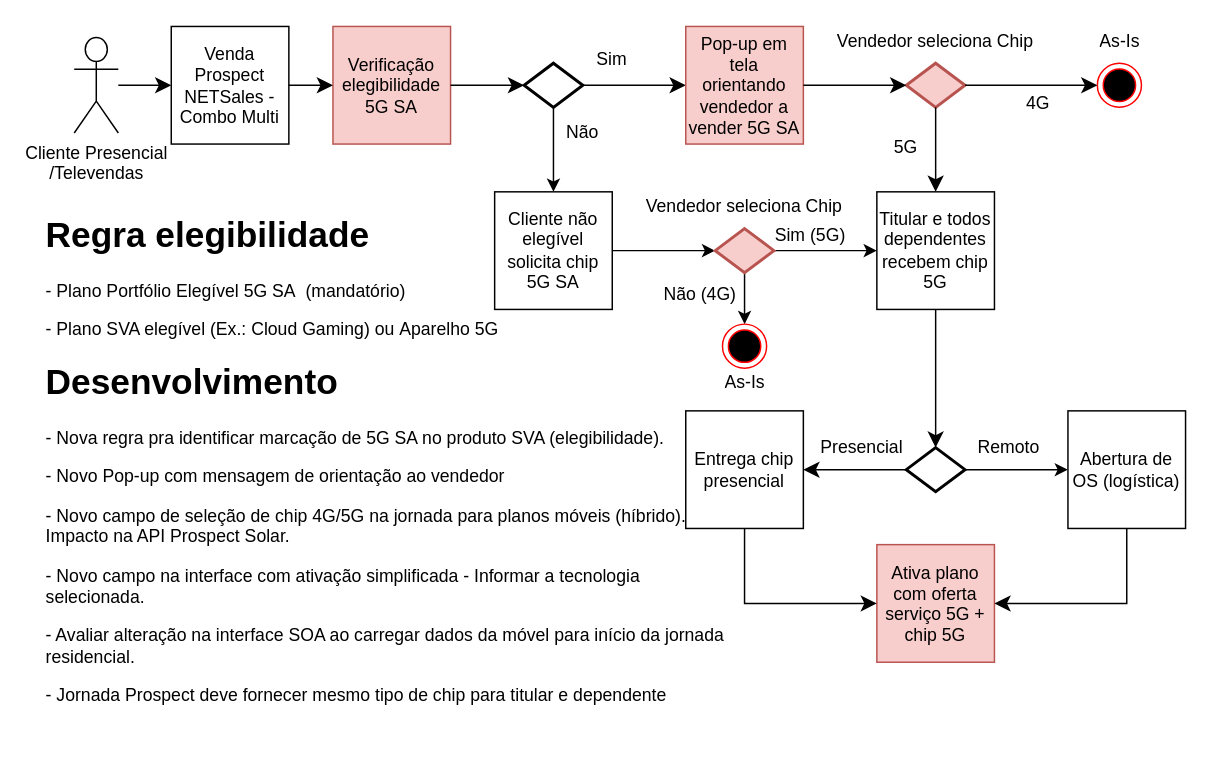
This is page "Prospect NETSales" (1 of 4) of 5GSA.drawio from samirali/ClaroBrasil, a draw.io file, before an edit. Source tidied: cells renumbered, new cells numbered last; positions are measured from the earlier drawing's top-left corner, leaving out a move shared by most shapes. Both pictures are drawn from the tidied source at 147%, with x=0, y=0 at pixel (38, 26).
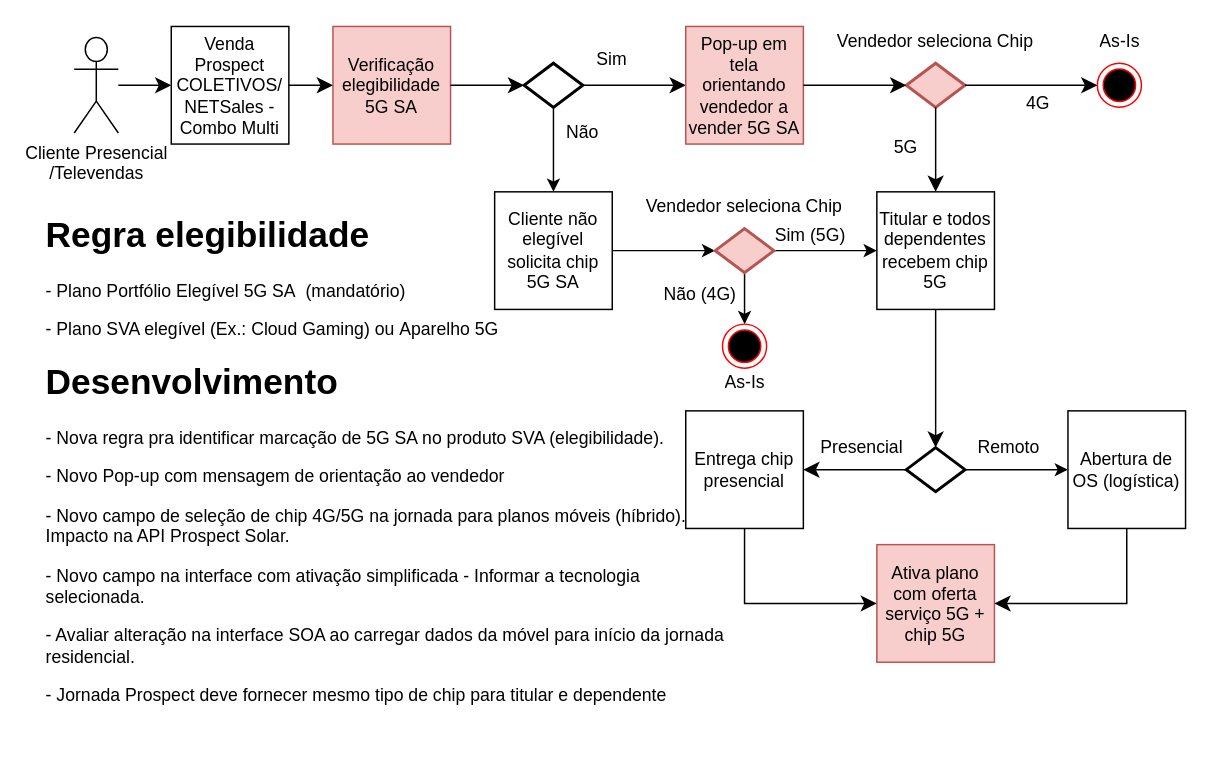
Above is the later version.

What changed in the source:
```diff
@@
-    <mxCell id="2" value="Venda Prospect NETSales - Combo Multi" style="whiteSpace=wrap;html=1;" parent="1" vertex="1">
+    <mxCell id="2" value="Venda Prospect COLETIVOS/ NETSales - Combo Multi" style="whiteSpace=wrap;html=1;" parent="1" vertex="1">
       <mxGeometry x="90" y="-0.5" width="80" height="80" as="geometry" />
     </mxCell>
```
